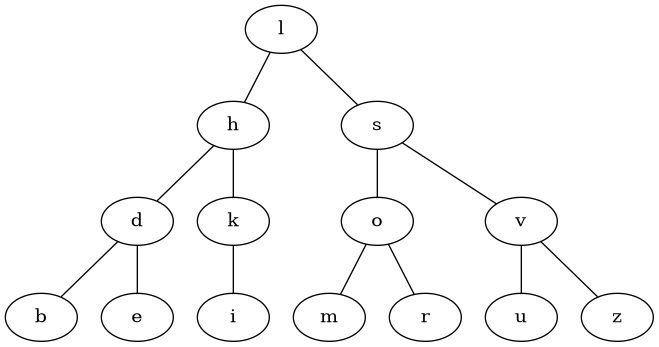
KING156454/NSI keeps this Graphviz diagram as Graph.gv.png. Above is the earlier version. Its source is kept beside it as Graph.gv.
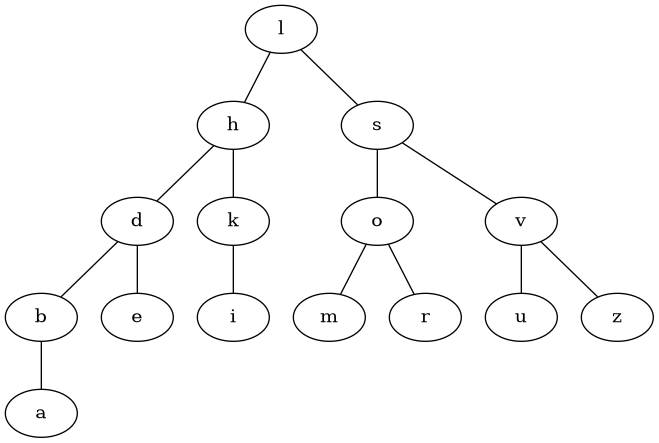
Later version of the same file.

Diff of the diagram source:
```diff
@@ -2,6 +2,7 @@
 	l -- h
 	h -- d
 	d -- b
+	b -- a
 	d -- e
 	h -- k
 	k -- i
```
